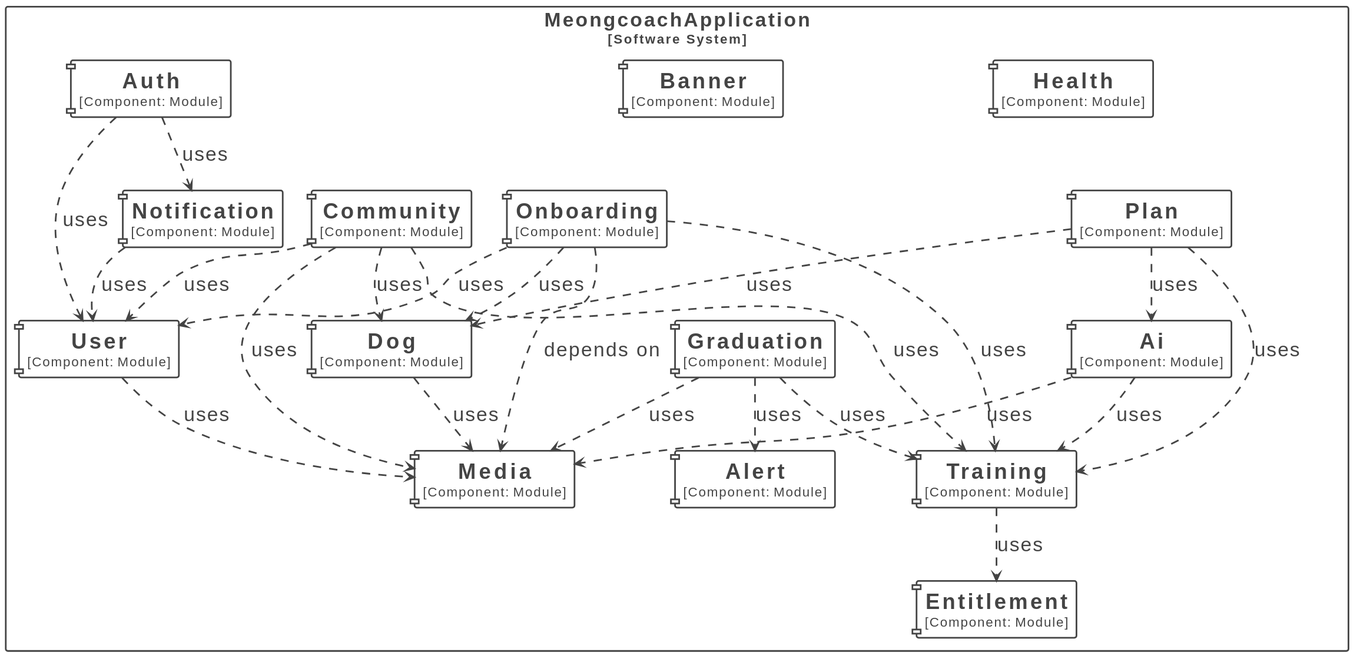
Above: docs/images/module-dependencies.svg in DaeSaBu/meongcoach-BE (PlantUML), before the change.
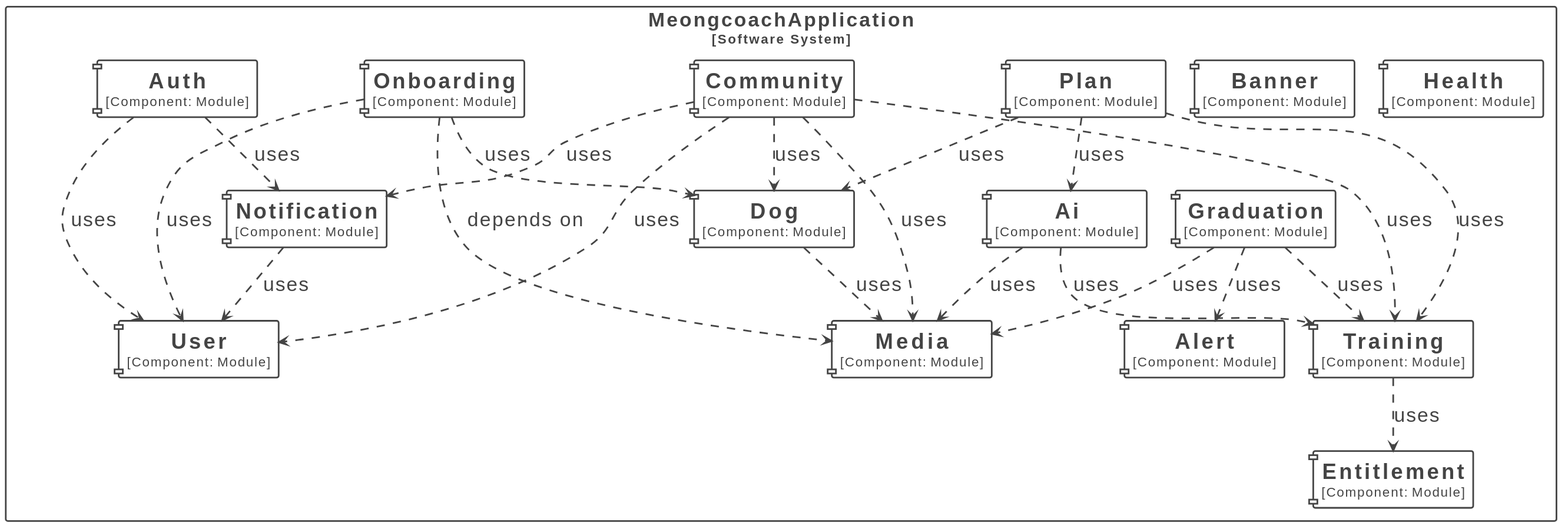
After the commit.

Commit message:
docs(notification): 댓글 알림 호출 경로와 모듈 의존 다이어그램 반영

Diff of the diagram source:
```diff
@@ -46,43 +46,42 @@
 </style>
 
 rectangle "MeongcoachApplication\n<size:16>[Software System]</size>" <<Boundary-TWVvbmdjb2FjaEFwcGxpY2F0aW9u>> {
-  component "==User\n<size:16>[Component: Module]</size>" <<Element-RWxlbWVudCxDb21wb25lbnQ=>> as MeongcoachApplication.MeongcoachApplication.User
+  component "==Notification\n<size:16>[Component: Module]</size>" <<Element-RWxlbWVudCxDb21wb25lbnQ=>> as MeongcoachApplication.MeongcoachApplication.Notification
+  component "==Training\n<size:16>[Component: Module]</size>" <<Element-RWxlbWVudCxDb21wb25lbnQ=>> as MeongcoachApplication.MeongcoachApplication.Training
   component "==Ai\n<size:16>[Component: Module]</size>" <<Element-RWxlbWVudCxDb21wb25lbnQ=>> as MeongcoachApplication.MeongcoachApplication.Ai
+  component "==Auth\n<size:16>[Component: Module]</size>" <<Element-RWxlbWVudCxDb21wb25lbnQ=>> as MeongcoachApplication.MeongcoachApplication.Auth
   component "==Community\n<size:16>[Component: Module]</size>" <<Element-RWxlbWVudCxDb21wb25lbnQ=>> as MeongcoachApplication.MeongcoachApplication.Community
   component "==Graduation\n<size:16>[Component: Module]</size>" <<Element-RWxlbWVudCxDb21wb25lbnQ=>> as MeongcoachApplication.MeongcoachApplication.Graduation
-  component "==Notification\n<size:16>[Component: Module]</size>" <<Element-RWxlbWVudCxDb21wb25lbnQ=>> as MeongcoachApplication.MeongcoachApplication.Notification
   component "==Onboarding\n<size:16>[Component: Module]</size>" <<Element-RWxlbWVudCxDb21wb25lbnQ=>> as MeongcoachApplication.MeongcoachApplication.Onboarding
-  component "==Auth\n<size:16>[Component: Module]</size>" <<Element-RWxlbWVudCxDb21wb25lbnQ=>> as MeongcoachApplication.MeongcoachApplication.Auth
   component "==Plan\n<size:16>[Component: Module]</size>" <<Element-RWxlbWVudCxDb21wb25lbnQ=>> as MeongcoachApplication.MeongcoachApplication.Plan
   component "==Alert\n<size:16>[Component: Module]</size>" <<Element-RWxlbWVudCxDb21wb25lbnQ=>> as MeongcoachApplication.MeongcoachApplication.Alert
   component "==Banner\n<size:16>[Component: Module]</size>" <<Element-RWxlbWVudCxDb21wb25lbnQ=>> as MeongcoachApplication.MeongcoachApplication.Banner
   component "==Entitlement\n<size:16>[Component: Module]</size>" <<Element-RWxlbWVudCxDb21wb25lbnQ=>> as MeongcoachApplication.MeongcoachApplication.Entitlement
   component "==Health\n<size:16>[Component: Module]</size>" <<Element-RWxlbWVudCxDb21wb25lbnQ=>> as MeongcoachApplication.MeongcoachApplication.Health
   component "==Media\n<size:16>[Component: Module]</size>" <<Element-RWxlbWVudCxDb21wb25lbnQ=>> as MeongcoachApplication.MeongcoachApplication.Media
+  component "==User\n<size:16>[Component: Module]</size>" <<Element-RWxlbWVudCxDb21wb25lbnQ=>> as MeongcoachApplication.MeongcoachApplication.User
   component "==Dog\n<size:16>[Component: Module]</size>" <<Element-RWxlbWVudCxDb21wb25lbnQ=>> as MeongcoachApplication.MeongcoachApplication.Dog
-  component "==Training\n<size:16>[Component: Module]</size>" <<Element-RWxlbWVudCxDb21wb25lbnQ=>> as MeongcoachApplication.MeongcoachApplication.Training
 }
 
+MeongcoachApplication.MeongcoachApplication.Plan --> MeongcoachApplication.MeongcoachApplication.Ai <<Relationship-UmVsYXRpb25zaGlw>> : "uses"
+MeongcoachApplication.MeongcoachApplication.Plan --> MeongcoachApplication.MeongcoachApplication.Training <<Relationship-UmVsYXRpb25zaGlw>> : "uses"
+MeongcoachApplication.MeongcoachApplication.Plan --> MeongcoachApplication.MeongcoachApplication.Dog <<Relationship-UmVsYXRpb25zaGlw>> : "uses"
+MeongcoachApplication.MeongcoachApplication.Dog --> MeongcoachApplication.MeongcoachApplication.Media <<Relationship-UmVsYXRpb25zaGlw>> : "uses"
+MeongcoachApplication.MeongcoachApplication.Training --> MeongcoachApplication.MeongcoachApplication.Entitlement <<Relationship-UmVsYXRpb25zaGlw>> : "uses"
+MeongcoachApplication.MeongcoachApplication.Auth --> MeongcoachApplication.MeongcoachApplication.User <<Relationship-UmVsYXRpb25zaGlw>> : "uses"
+MeongcoachApplication.MeongcoachApplication.Auth --> MeongcoachApplication.MeongcoachApplication.Notification <<Relationship-UmVsYXRpb25zaGlw>> : "uses"
+MeongcoachApplication.MeongcoachApplication.Notification --> MeongcoachApplication.MeongcoachApplication.User <<Relationship-UmVsYXRpb25zaGlw>> : "uses"
+MeongcoachApplication.MeongcoachApplication.Ai --> MeongcoachApplication.MeongcoachApplication.Training <<Relationship-UmVsYXRpb25zaGlw>> : "uses"
+MeongcoachApplication.MeongcoachApplication.Ai --> MeongcoachApplication.MeongcoachApplication.Media <<Relationship-UmVsYXRpb25zaGlw>> : "uses"
+MeongcoachApplication.MeongcoachApplication.Community --> MeongcoachApplication.MeongcoachApplication.User <<Relationship-UmVsYXRpb25zaGlw>> : "uses"
+MeongcoachApplication.MeongcoachApplication.Community --> MeongcoachApplication.MeongcoachApplication.Dog <<Relationship-UmVsYXRpb25zaGlw>> : "uses"
+MeongcoachApplication.MeongcoachApplication.Community --> MeongcoachApplication.MeongcoachApplication.Notification <<Relationship-UmVsYXRpb25zaGlw>> : "uses"
+MeongcoachApplication.MeongcoachApplication.Community --> MeongcoachApplication.MeongcoachApplication.Training <<Relationship-UmVsYXRpb25zaGlw>> : "uses"
+MeongcoachApplication.MeongcoachApplication.Community --> MeongcoachApplication.MeongcoachApplication.Media <<Relationship-UmVsYXRpb25zaGlw>> : "uses"
 MeongcoachApplication.MeongcoachApplication.Onboarding --> MeongcoachApplication.MeongcoachApplication.Media <<Relationship-UmVsYXRpb25zaGlw>> : "depends on"
 MeongcoachApplication.MeongcoachApplication.Onboarding --> MeongcoachApplication.MeongcoachApplication.User <<Relationship-UmVsYXRpb25zaGlw>> : "uses"
 MeongcoachApplication.MeongcoachApplication.Onboarding --> MeongcoachApplication.MeongcoachApplication.Dog <<Relationship-UmVsYXRpb25zaGlw>> : "uses"
-MeongcoachApplication.MeongcoachApplication.Onboarding --> MeongcoachApplication.MeongcoachApplication.Training <<Relationship-UmVsYXRpb25zaGlw>> : "uses"
-MeongcoachApplication.MeongcoachApplication.Notification --> MeongcoachApplication.MeongcoachApplication.User <<Relationship-UmVsYXRpb25zaGlw>> : "uses"
-MeongcoachApplication.MeongcoachApplication.Plan --> MeongcoachApplication.MeongcoachApplication.Ai <<Relationship-UmVsYXRpb25zaGlw>> : "uses"
-MeongcoachApplication.MeongcoachApplication.Plan --> MeongcoachApplication.MeongcoachApplication.Training <<Relationship-UmVsYXRpb25zaGlw>> : "uses"
-MeongcoachApplication.MeongcoachApplication.Plan --> MeongcoachApplication.MeongcoachApplication.Dog <<Relationship-UmVsYXRpb25zaGlw>> : "uses"
-MeongcoachApplication.MeongcoachApplication.Training --> MeongcoachApplication.MeongcoachApplication.Entitlement <<Relationship-UmVsYXRpb25zaGlw>> : "uses"
 MeongcoachApplication.MeongcoachApplication.Graduation --> MeongcoachApplication.MeongcoachApplication.Training <<Relationship-UmVsYXRpb25zaGlw>> : "uses"
 MeongcoachApplication.MeongcoachApplication.Graduation --> MeongcoachApplication.MeongcoachApplication.Media <<Relationship-UmVsYXRpb25zaGlw>> : "uses"
 MeongcoachApplication.MeongcoachApplication.Graduation --> MeongcoachApplication.MeongcoachApplication.Alert <<Relationship-UmVsYXRpb25zaGlw>> : "uses"
-MeongcoachApplication.MeongcoachApplication.Community --> MeongcoachApplication.MeongcoachApplication.User <<Relationship-UmVsYXRpb25zaGlw>> : "uses"
-MeongcoachApplication.MeongcoachApplication.Community --> MeongcoachApplication.MeongcoachApplication.Dog <<Relationship-UmVsYXRpb25zaGlw>> : "uses"
-MeongcoachApplication.MeongcoachApplication.Community --> MeongcoachApplication.MeongcoachApplication.Training <<Relationship-UmVsYXRpb25zaGlw>> : "uses"
-MeongcoachApplication.MeongcoachApplication.Community --> MeongcoachApplication.MeongcoachApplication.Media <<Relationship-UmVsYXRpb25zaGlw>> : "uses"
-MeongcoachApplication.MeongcoachApplication.User --> MeongcoachApplication.MeongcoachApplication.Media <<Relationship-UmVsYXRpb25zaGlw>> : "uses"
-MeongcoachApplication.MeongcoachApplication.Ai --> MeongcoachApplication.MeongcoachApplication.Training <<Relationship-UmVsYXRpb25zaGlw>> : "uses"
-MeongcoachApplication.MeongcoachApplication.Ai --> MeongcoachApplication.MeongcoachApplication.Media <<Relationship-UmVsYXRpb25zaGlw>> : "uses"
-MeongcoachApplication.MeongcoachApplication.Auth --> MeongcoachApplication.MeongcoachApplication.User <<Relationship-UmVsYXRpb25zaGlw>> : "uses"
-MeongcoachApplication.MeongcoachApplication.Auth --> MeongcoachApplication.MeongcoachApplication.Notification <<Relationship-UmVsYXRpb25zaGlw>> : "uses"
-MeongcoachApplication.MeongcoachApplication.Dog --> MeongcoachApplication.MeongcoachApplication.Media <<Relationship-UmVsYXRpb25zaGlw>> : "uses"
 @enduml
```
